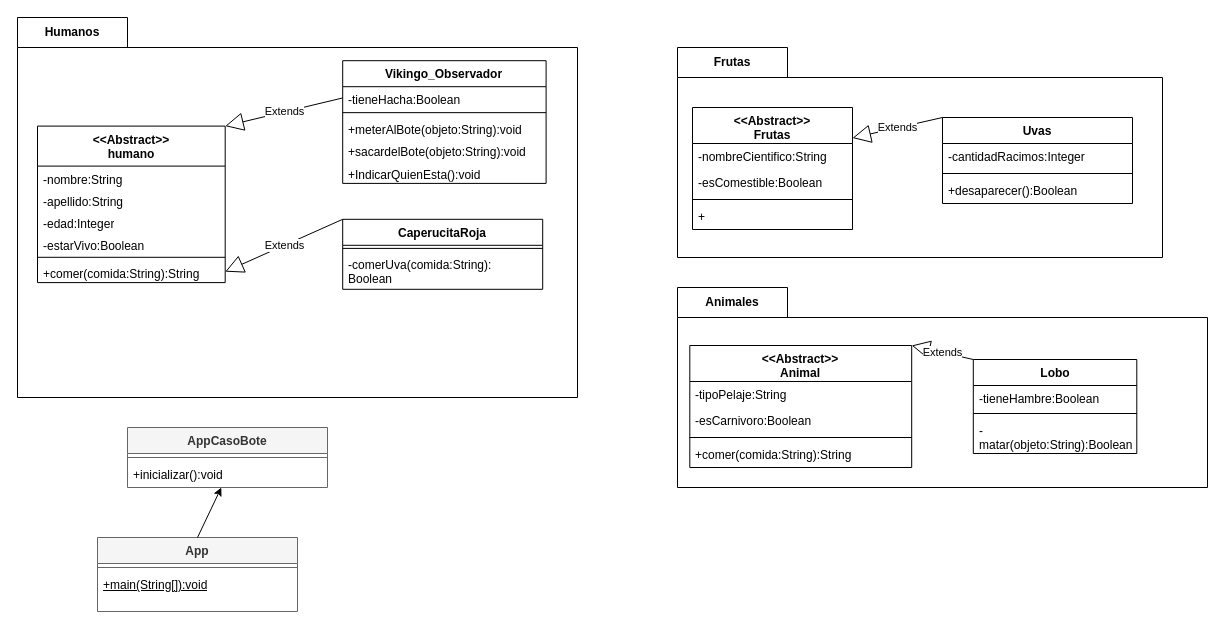
The draw.io diagram Design/DiagramaClase.drawio in matiSae/CasoBote, before the edit. Source tidied: cells renumbered, new cells numbered last; positions are measured from the earlier drawing's top-left corner, leaving out a move shared by most shapes. Both pictures are drawn from the tidied source at 100%, with x=0, y=0 at pixel (17, 17).
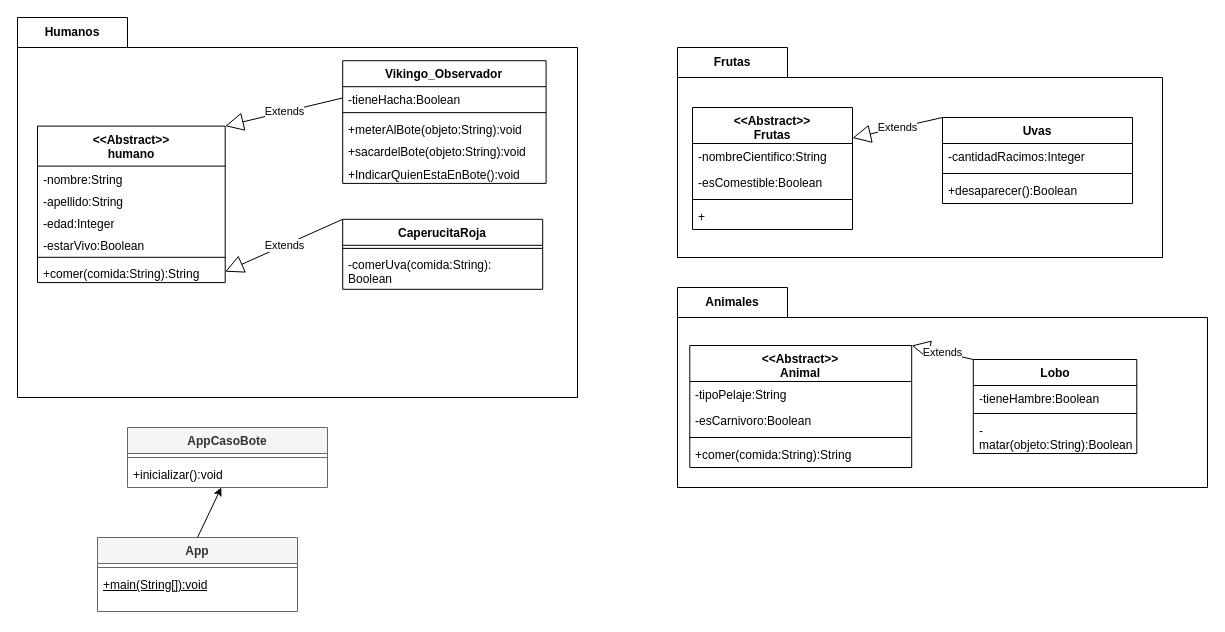
Above is the later version.

Commit message (it also covers changes not shown here):
Se añadieron metodos al controlador, se realizaron correcciones en el diagrama de casos de uso y en los UML

Unchanged cells that the change refers to:
```xml
<mxCell id="11" value="Vikingo_Observador" style="swimlane;fontStyle=1;align=center;verticalAlign=top;horizontal=1;startSize=26;whiteSpace=wrap;html=1;" parent="2" vertex="1">
  <mxGeometry x="325.2" y="43.2" width="203.4" height="122.7" as="geometry" />
</mxCell>
```

Change to the diagram source:
```diff
@@
-    <mxCell id="16" value="+IndicarQuienEsta():void" style="text;strokeColor=none;fillColor=none;align=left;verticalAlign=top;spacingLeft=4;spacingRight=4;overflow=hidden;whiteSpace=wrap;html=1;" parent="11" vertex="1">
+    <mxCell id="16" value="+IndicarQuienEstaEnBote():void" style="text;strokeColor=none;fillColor=none;align=left;verticalAlign=top;spacingLeft=4;spacingRight=4;overflow=hidden;whiteSpace=wrap;html=1;" parent="11" vertex="1">
       <mxGeometry y="100.3" width="203.4" height="22.5" as="geometry" />
     </mxCell>
```
